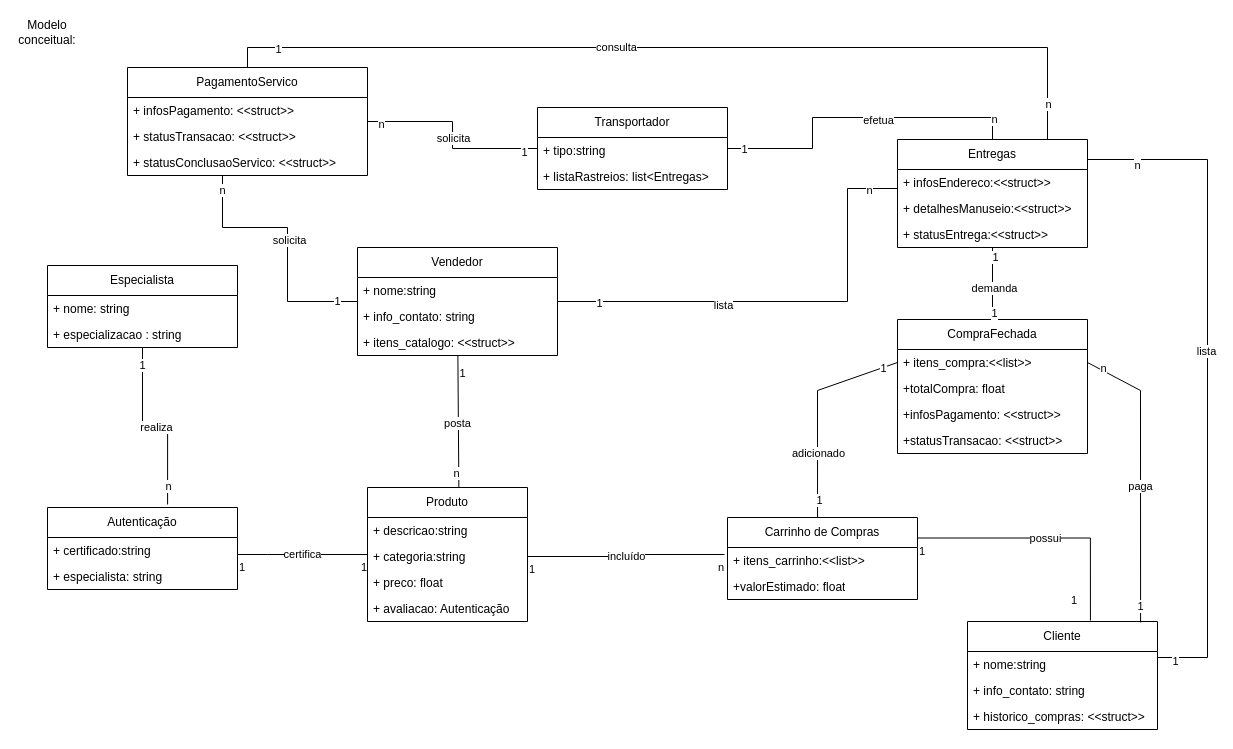
luca-moraes/projetoCorintoModelagem keeps this draw.io diagram as page "Diagramas de classes" (4 of 9) of DiagramasDeModelagem.drawio. Above is the earlier version. Source tidied: cells renumbered, new cells numbered last; positions are measured from the earlier drawing's top-left corner, leaving out a move shared by most shapes. Both pictures are drawn from the tidied source at 100%, with x=0, y=0 at pixel (17, 17).
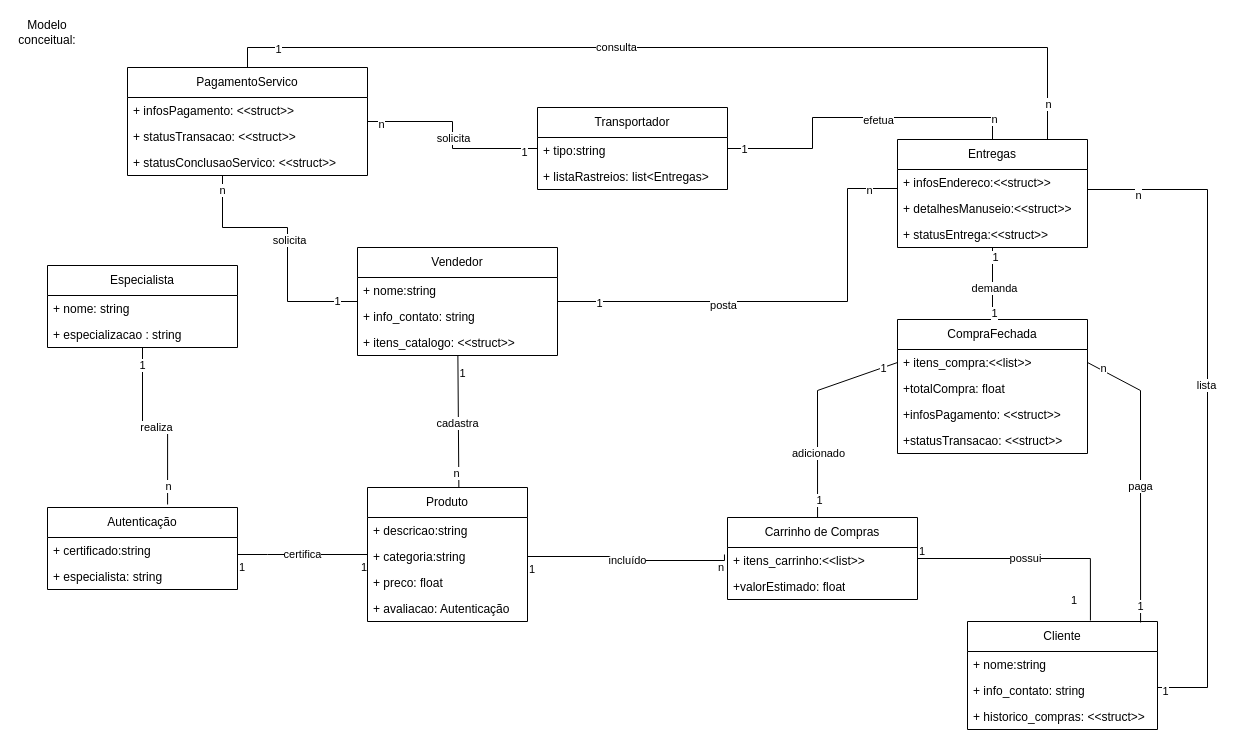
The same page after the edit.

The change refers to these unchanged cells:
```xml
<mxCell id="4" value="+ categoria:string&amp;nbsp;" style="text;strokeColor=none;fillColor=none;align=left;verticalAlign=top;spacingLeft=4;spacingRight=4;overflow=hidden;points=[[0,0.5],[1,0.5]];portConstraint=eastwest;whiteSpace=wrap;html=1;" parent="2" vertex="1">
  <mxGeometry y="56" width="160" height="26" as="geometry" />
</mxCell>
<mxCell id="7" value="Cliente" style="swimlane;fontStyle=0;horizontal=1;startSize=30;fillColor=none;whiteSpace=wrap;html=1;" parent="1" vertex="1">
  <mxGeometry x="950" y="604" width="190" height="108" as="geometry" />
</mxCell>
<mxCell id="24" value="Carrinho de Compras" style="swimlane;fontStyle=0;horizontal=1;startSize=30;fillColor=none;whiteSpace=wrap;html=1;" parent="1" vertex="1">
  <mxGeometry x="710" y="500" width="190" height="82" as="geometry" />
</mxCell>
<mxCell id="25" value="+ itens_carrinho:&amp;lt;&amp;lt;list&amp;gt;&amp;gt;" style="text;strokeColor=none;fillColor=none;align=left;verticalAlign=top;spacingLeft=4;spacingRight=4;overflow=hidden;points=[[0,0.5],[1,0.5]];portConstraint=eastwest;whiteSpace=wrap;html=1;" parent="24" vertex="1">
  <mxGeometry y="30" width="190" height="26" as="geometry" />
</mxCell>
<mxCell id="33" value="Entregas" style="swimlane;fontStyle=0;horizontal=1;startSize=30;fillColor=none;whiteSpace=wrap;html=1;" parent="1" vertex="1">
  <mxGeometry x="880" y="122" width="190" height="108" as="geometry" />
</mxCell>
<mxCell id="57" style="endArrow=none;html=1;rounded=0;exitX=0.571;exitY=0;exitDx=0;exitDy=0;exitPerimeter=0;" parent="1" edge="1" source="2" target="11">
  <mxGeometry relative="1" as="geometry" />
</mxCell>
<mxCell id="61" style="endArrow=none;html=1;rounded=0;edgeStyle=orthogonalEdgeStyle;" parent="1" edge="1" source="11" target="33">
  <mxGeometry relative="1" as="geometry">
    <Array as="points">
      <mxPoint x="830" y="284" />
      <mxPoint x="830" y="171" />
    </Array>
  </mxGeometry>
</mxCell>
```

What changed in the source:
```diff
@@
     <mxCell id="21" value="incluído" style="endArrow=none;html=1;endSize=12;startArrow=none;startSize=14;startFill=0;edgeStyle=orthogonalEdgeStyle;rounded=0;endFill=0;entryX=-0.016;entryY=0.269;entryDx=0;entryDy=0;entryPerimeter=0;exitX=1;exitY=0.5;exitDx=0;exitDy=0;" parent="1" edge="1" source="4" target="25">
-      <mxGeometry relative="1" as="geometry" />
+      <mxGeometry relative="1" as="geometry">
+        <Array as="points">
+          <mxPoint x="610" y="539" />
+          <mxPoint x="610" y="543" />
+          <mxPoint x="707" y="543" />
+        </Array>
+      </mxGeometry>
     </mxCell>
@@
     <mxCell id="37" value="possui" style="endArrow=none;html=1;endSize=12;startArrow=none;startSize=14;startFill=0;edgeStyle=orthogonalEdgeStyle;rounded=0;endFill=0;entryX=0.647;entryY=-0.009;entryDx=0;entryDy=0;entryPerimeter=0;exitX=1;exitY=0.25;exitDx=0;exitDy=0;" parent="1" edge="1" source="24" target="7">
-      <mxGeometry relative="1" as="geometry" />
+      <mxGeometry relative="1" as="geometry">
+        <Array as="points">
+          <mxPoint x="900" y="541" />
+          <mxPoint x="1073" y="541" />
+        </Array>
+      </mxGeometry>
     </mxCell>
@@
-    <mxCell id="58" value="posta" style="edgeLabel;html=1;align=center;verticalAlign=middle;" parent="57" vertex="1">
+    <mxCell id="58" value="cadastra" style="edgeLabel;html=1;align=center;verticalAlign=middle;" parent="57" vertex="1">
       <mxGeometry x="-0.02" y="1" relative="1" as="geometry" />
     </mxCell>
@@
-    <mxCell id="62" value="lista" style="edgeLabel;html=1;align=center;verticalAlign=middle;" parent="61" vertex="1">
+    <mxCell id="62" value="posta" style="edgeLabel;html=1;align=center;verticalAlign=middle;" parent="61" vertex="1">
       <mxGeometry x="-0.27" y="-3" relative="1" as="geometry" />
     </mxCell>
@@
-    <mxCell id="69" style="endArrow=none;html=1;rounded=0;edgeStyle=orthogonalEdgeStyle;" parent="1" edge="1" source="7" target="33">
+    <mxCell id="69" style="endArrow=none;html=1;rounded=0;edgeStyle=orthogonalEdgeStyle;" parent="1" edge="1">
       <mxGeometry relative="1" as="geometry">
+        <mxPoint x="1140" y="680" as="sourcePoint" />
+        <mxPoint x="1070" y="172" as="targetPoint" />
         <Array as="points">
-          <mxPoint x="1190" y="640" />
-          <mxPoint x="1190" y="142" />
+          <mxPoint x="1140" y="670" />
+          <mxPoint x="1190" y="670" />
+          <mxPoint x="1190" y="172" />
         </Array>
       </mxGeometry>
     </mxCell>
```
